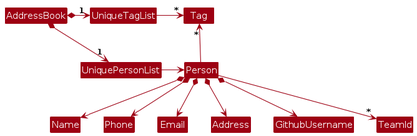
Above: diagrams/BetterModelClassDiagram.png in AY2526S1-CS2103-F12-1/tp (PlantUML), before the change. Its source is kept beside it as diagrams/BetterModelClassDiagram.puml. Its diagram source:
```plantuml
@startuml
!include style.puml
skinparam arrowThickness 1.1
skinparam arrowColor MODEL_COLOR
skinparam classBackgroundColor MODEL_COLOR

AddressBook *-right-> "1" UniquePersonList
AddressBook *-right-> "1" UniqueTagList
UniqueTagList -[hidden]down- UniquePersonList
UniqueTagList -[hidden]down- UniquePersonList

UniqueTagList -right-> "*" Tag
UniquePersonList -right-> Person

Person -up-> "*" Tag

Person *--> Name
Person *--> Phone
Person *--> Email
Person *--> Address
Person *--> GithubUsername
Person --> "*" TeamId
@enduml
```
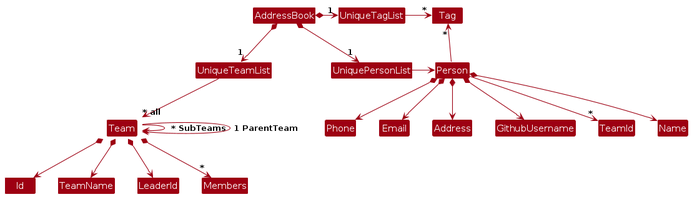
Above is the later version.

The edit, as a diff of the source:
```diff
@@ -6,6 +6,7 @@
 
 AddressBook *-right-> "1" UniquePersonList
 AddressBook *-right-> "1" UniqueTagList
+AddressBook *-down-> "1" UniqueTeamList
 UniqueTagList -[hidden]down- UniquePersonList
 UniqueTagList -[hidden]down- UniquePersonList
 
@@ -20,4 +21,12 @@
 Person *--> Address
 Person *--> GithubUsername
 Person --> "*" TeamId
+
+UniqueTeamList --> "~* all" Team
+Team *--> Id
+Team *--> TeamName
+Team *--> LeaderId
+Team *--> "*" Members
+Team::west -> Team::west : " * SubTeams"
+Team::east -> Team::east : "1 ParentTeam"
 @enduml
```
